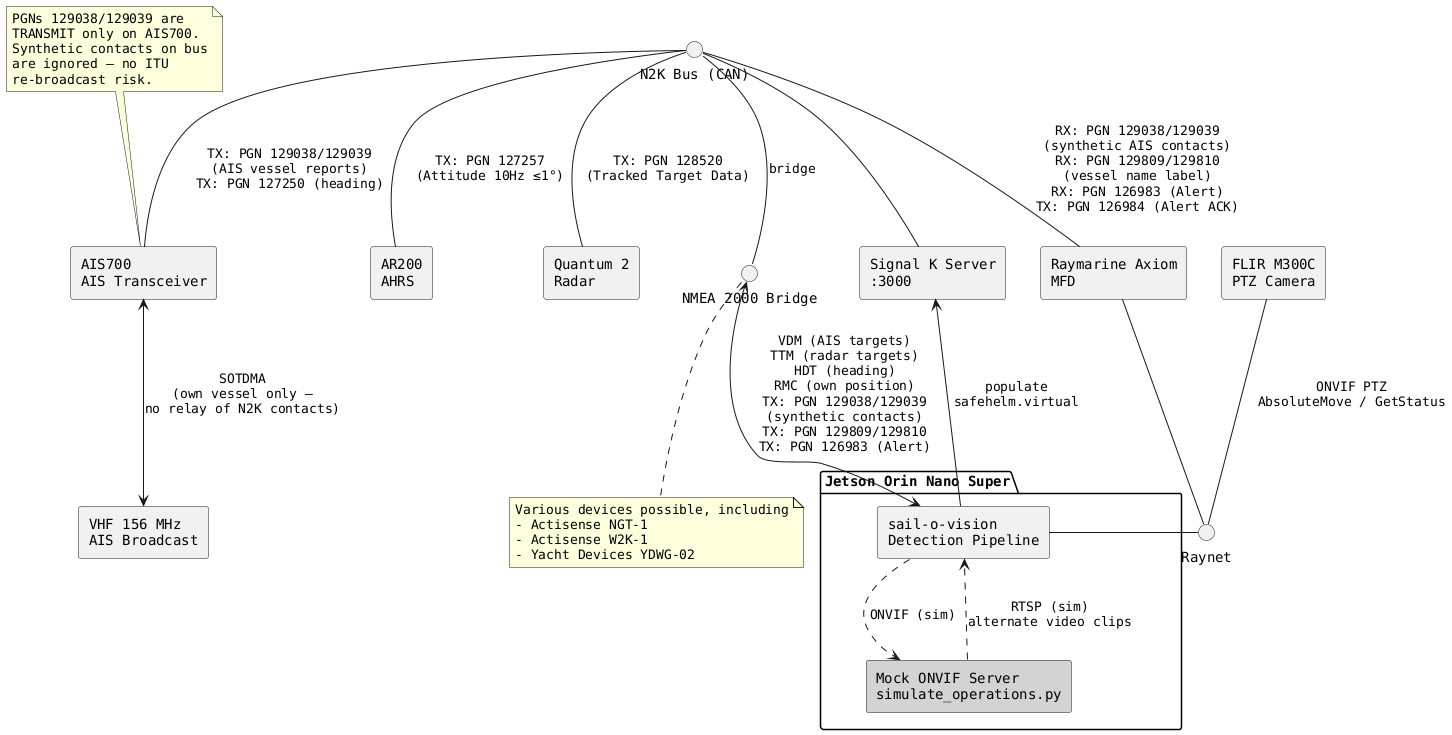
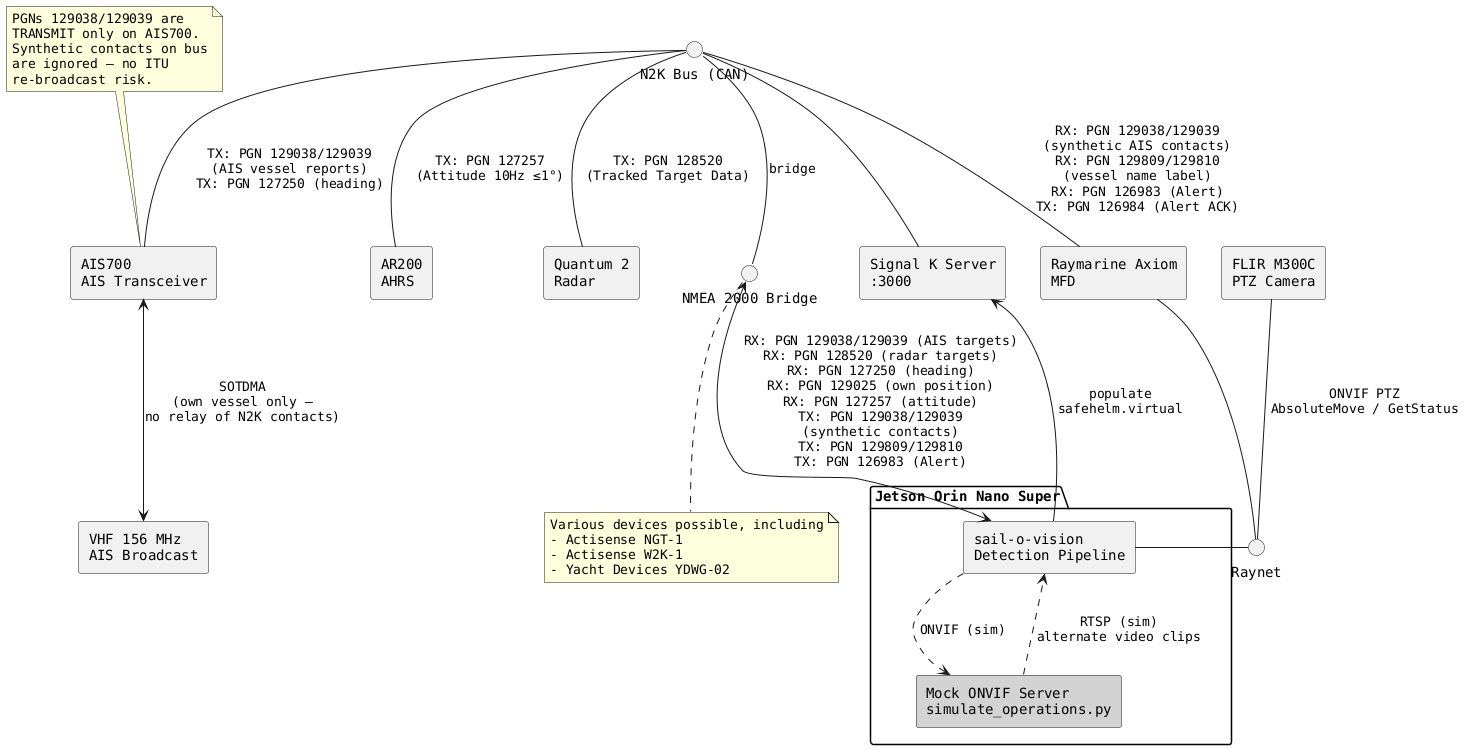
@startuml sail_o_vision_network

skinparam componentStyle rectangle
skinparam defaultFontName Monospaced

interface "N2K Bus (CAN)" as n2k
interface "NMEA 2000 Bridge" as nmea_udp
interface "Raynet" as raynet

component [AIS700\nAIS Transceiver] as ais700
component [AR200\nAHRS] as ar200
component [Quantum 2\nRadar] as radar
component [Raymarine Axiom\nMFD] as axiom

component [Signal K Server\n:3000] as signalk

package "Jetson Orin Nano Super" {
  component [sail-o-vision\nDetection Pipeline] as sov
  component [Mock ONVIF Server\nsimulate_operations.py] as mock #lightgrey
}

component [FLIR M300C\nPTZ Camera] as m300c
component [VHF 156 MHz\nAIS Broadcast] as vhf

' --- N2K Bus connections ---
ais700 -up- n2k : "TX: PGN 129038/129039\n(AIS vessel reports)\nTX: PGN 127250 (heading)"
ar200 -up- n2k : "TX: PGN 127257\n(Attitude 10Hz ≤1°)"
radar -up- n2k : "TX: PGN 128520\n(Tracked Target Data)"
axiom -up- n2k : "RX: PGN 129038/129039\n(synthetic AIS contacts)\nRX: PGN 129809/129810\n(vessel name label)\nRX: PGN 126983 (Alert)\nTX: PGN 126984 (Alert ACK)"
signalk -up- n2k
nmea_udp -up- n2k : "bridge"

' ---- Raynet bus connections ---
m300c -down- raynet : "ONVIF PTZ\nAbsoluteMove / GetStatus"
sov -right- raynet
axiom -down- raynet

' --- DataHub Pro TCP bridge ---
'dhpro <--> nmea_udp
- sov <-up-> nmea_udp : "VDM (AIS targets)\nTTM (radar targets)\nHDT (heading)\nRMC (own position)\nTX: PGN 129038/129039\n(synthetic contacts)\nTX: PGN 129809/129810\nTX: PGN 126983 (Alert)"
+ sov <-up-> nmea_udp : "RX: PGN 129038/129039 (AIS targets)\nRX: PGN 128520 (radar targets)\nRX: PGN 127250 (heading)\nRX: PGN 129025 (own position)\nRX: PGN 127257 (attitude)\nTX: PGN 129038/129039\n(synthetic contacts)\nTX: PGN 129809/129810\nTX: PGN 126983 (Alert)"

' --- sail-o-vision → Signal K ---
sov -up-> signalk : "populate\nsafehelm.virtual"

' --- M300C live ---
'sov <--> m300c : "ONVIF PTZ\nAbsoluteMove / GetStatus\nRTSP (HD video)"
'm300c --> sov : "RTSP (HD video)"

' --- AIS700 VHF ---
ais700 <-down-> vhf : "SOTDMA\n(own vessel only —\nno relay of N2K contacts)"

' --- Simulator (dashed) ---
sov ..> mock : "ONVIF (sim)"
mock ..> sov : "RTSP (sim)\nalternate video clips"

note top of ais700
  PGNs 129038/129039 are
  TRANSMIT only on AIS700.
  Synthetic contacts on bus
  are ignored — no ITU
  re-broadcast risk.
end note

note bottom of nmea_udp
  Various devices possible, including
  - Actisense NGT-1
  - Actisense W2K-1
  - Yacht Devices YDWG-02
end note

@enduml